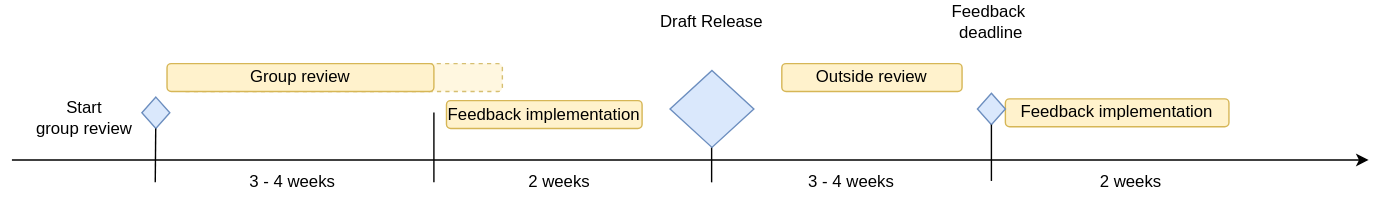
The draw.io diagram content/modules/compendium/assets/images/asam/review_phase_timeline.drawio.svg in asam-ev/asam-project-guide-content, before a commit. Source tidied: cells renumbered, new cells last; positions are measured from the earlier drawing's top-left corner, leaving out a move shared by most shapes.
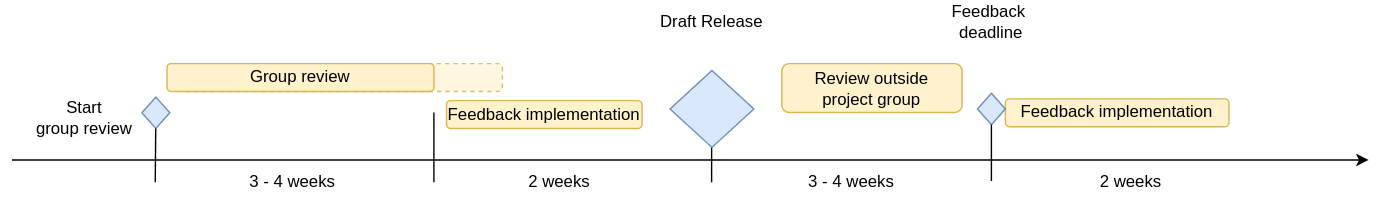
After the commit.

The edit, as a diff of the source:
```diff
@@ -28,8 +28,8 @@
     <mxCell id="8" value="Draft Release" style="text;html=1;strokeColor=none;fillColor=none;align=center;verticalAlign=middle;whiteSpace=wrap;rounded=0;fontColor=#000000;" parent="1" vertex="1">
       <mxGeometry x="451" width="100" height="30" as="geometry" />
     </mxCell>
-    <mxCell id="9" value="Outside review" style="rounded=1;whiteSpace=wrap;html=1;fillColor=#fff2cc;strokeColor=#d6b656;fontColor=#000000;" parent="1" vertex="1">
-      <mxGeometry x="551" y="45" width="129" height="20" as="geometry" />
+    <mxCell id="9" value="Review outside&lt;br&gt;project group" style="rounded=1;whiteSpace=wrap;html=1;fillColor=#fff2cc;strokeColor=#d6b656;fontColor=#000000;" parent="1" vertex="1">
+      <mxGeometry x="551" y="45" width="129" height="35" as="geometry" />
     </mxCell>
     <mxCell id="10" value="Start &lt;br&gt;group review" style="text;html=1;strokeColor=none;fillColor=none;align=center;verticalAlign=middle;whiteSpace=wrap;rounded=0;fontColor=#000000;" parent="1" vertex="1">
       <mxGeometry x="2" y="69" width="100" height="30" as="geometry" />
```
